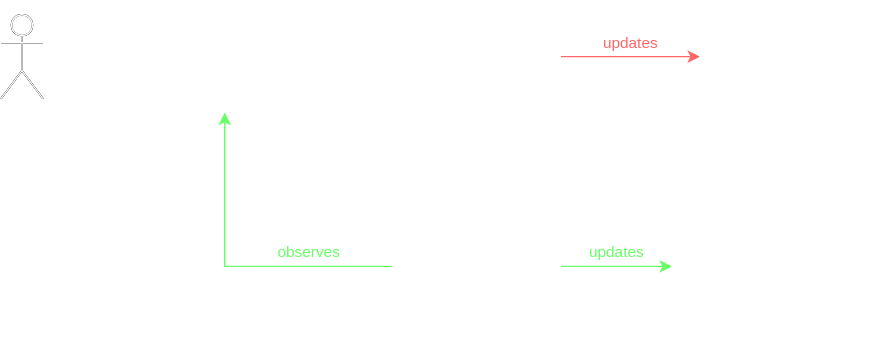
Above: slides/2021-06-16/140_gitops/pull-permissions.drawio.svg in nicholasdille/dille.name (draw.io), before the change. Source tidied: cells renumbered, new cells last; positions are measured from the earlier drawing's top-left corner, leaving out a move shared by most shapes. The source it was exported from:
```xml
<mxGraphModel>
  <root>
    <mxCell id="0" />
    <mxCell id="1" parent="0" />
    <mxCell id="2" value="&amp;nbsp;triggers&amp;nbsp;" style="edgeStyle=orthogonalEdgeStyle;rounded=0;jettySize=auto;html=1;entryX=0;entryY=0.5;entryDx=0;entryDy=0;fontColor=#FFFFFF;labelBackgroundColor=none;strokeColor=#FFFFFF;" parent="1" edge="1" source="3" target="5">
      <mxGeometry y="10" relative="1" as="geometry" />
    </mxCell>
    <mxCell id="3" value="Git" style="shape=cylinder2;whiteSpace=wrap;html=1;boundedLbl=1;backgroundOutline=1;size=15;verticalAlign=middle;fillColor=none;strokeColor=#FFFFFF;fontColor=#FFFFFF;" parent="1" vertex="1">
      <mxGeometry x="120" width="80" height="80" as="geometry" />
    </mxCell>
    <mxCell id="4" value="&amp;nbsp;updates&amp;nbsp;" style="edgeStyle=orthogonalEdgeStyle;rounded=0;jettySize=auto;html=1;labelBackgroundColor=none;fontColor=#FF6666;strokeColor=#FF6666;" parent="1" edge="1" source="5" target="6">
      <mxGeometry y="10" relative="1" as="geometry" />
    </mxCell>
    <mxCell id="5" value="Pipeline" style="rounded=0;whiteSpace=wrap;html=1;fillColor=none;strokeColor=#FFFFFF;fontColor=#FFFFFF;" parent="1" vertex="1">
      <mxGeometry x="280" y="10" width="120" height="60" as="geometry" />
    </mxCell>
    <mxCell id="6" value="Registry" style="shape=cylinder2;whiteSpace=wrap;html=1;boundedLbl=1;backgroundOutline=1;size=15;verticalAlign=middle;fillColor=none;strokeColor=#FFFFFF;fontColor=#FFFFFF;" parent="1" vertex="1">
      <mxGeometry x="500" width="80" height="80" as="geometry" />
    </mxCell>
    <mxCell id="7" value="&amp;nbsp;updates&amp;nbsp;" style="edgeStyle=orthogonalEdgeStyle;rounded=0;jettySize=auto;html=1;fontColor=#FFFFFF;labelBackgroundColor=none;strokeColor=#FFFFFF;" parent="1" edge="1" source="8" target="3">
      <mxGeometry x="0.11" y="10" relative="1" as="geometry" />
    </mxCell>
    <mxCell id="8" style="shape=umlActor;verticalLabelPosition=bottom;verticalAlign=top;html=1;outlineConnect=0;" parent="1" vertex="1">
      <mxGeometry y="10" width="30" height="60" as="geometry" />
    </mxCell>
    <mxCell id="9" value="Kubernetes" style="rounded=1;whiteSpace=wrap;html=1;verticalAlign=bottom;arcSize=7;fillColor=none;dashed=1;fontColor=#FFFFFF;strokeColor=#FFFFFF;" parent="1" vertex="1">
      <mxGeometry x="260" y="140" width="360" height="100" as="geometry" />
    </mxCell>
    <mxCell id="10" value="&amp;nbsp;observes&amp;nbsp;" style="edgeStyle=orthogonalEdgeStyle;rounded=0;jettySize=auto;html=1;labelBackgroundColor=none;strokeColor=#66FF66;fontColor=#66FF66;" parent="1" edge="1" source="12" target="3">
      <mxGeometry x="-0.48" y="-10" relative="1" as="geometry" />
    </mxCell>
    <mxCell id="11" value="&amp;nbsp;updates&amp;nbsp;" style="edgeStyle=orthogonalEdgeStyle;rounded=0;jettySize=auto;html=1;entryX=0;entryY=0.5;entryDx=0;entryDy=0;labelBackgroundColor=none;strokeColor=#66FF66;fontColor=#66FF66;" parent="1" edge="1" source="12" target="14">
      <mxGeometry y="10" relative="1" as="geometry" />
    </mxCell>
    <mxCell id="12" value="Operator" style="rounded=1;whiteSpace=wrap;html=1;fillColor=none;strokeColor=#FFFFFF;fontColor=#FFFFFF;" parent="1" vertex="1">
      <mxGeometry x="280" y="160" width="120" height="60" as="geometry" />
    </mxCell>
    <mxCell id="13" value="&amp;nbsp;uses&amp;nbsp;" style="edgeStyle=orthogonalEdgeStyle;rounded=0;jettySize=auto;html=1;fontColor=#FFFFFF;labelBackgroundColor=none;strokeColor=#FFFFFF;" parent="1" edge="1" source="14" target="6">
      <mxGeometry y="-20" relative="1" as="geometry" />
    </mxCell>
    <mxCell id="14" value="Deployment" style="rounded=0;whiteSpace=wrap;html=1;fillColor=none;strokeColor=#FFFFFF;fontColor=#FFFFFF;" parent="1" vertex="1">
      <mxGeometry x="480" y="160" width="120" height="60" as="geometry" />
    </mxCell>
    <mxCell id="15" style="shape=umlActor;verticalLabelPosition=bottom;verticalAlign=top;html=1;" parent="1" vertex="1">
      <mxGeometry y="10" width="30" height="60" as="geometry" />
    </mxCell>
    <mxCell id="16" style="shape=umlActor;verticalLabelPosition=bottom;verticalAlign=top;html=1;strokeColor=#FFFFFF;fillColor=none;fontColor=#FFFFFF;" parent="1" vertex="1">
      <mxGeometry y="10" width="30" height="60" as="geometry" />
    </mxCell>
  </root>
</mxGraphModel>
```
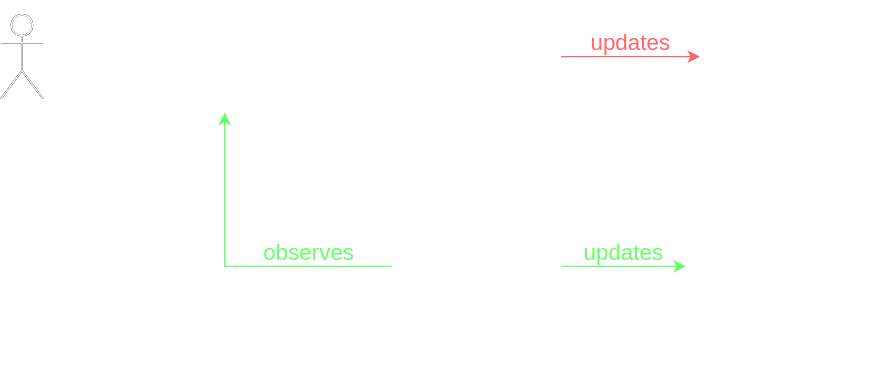
After the change.

Change to the diagram source:
```diff
@@ -2,49 +2,49 @@
   <root>
     <mxCell id="0" />
     <mxCell id="1" parent="0" />
-    <mxCell id="2" value="&amp;nbsp;triggers&amp;nbsp;" style="edgeStyle=orthogonalEdgeStyle;rounded=0;jettySize=auto;html=1;entryX=0;entryY=0.5;entryDx=0;entryDy=0;fontColor=#FFFFFF;labelBackgroundColor=none;strokeColor=#FFFFFF;" parent="1" edge="1" source="3" target="5">
+    <mxCell id="2" value="&amp;nbsp;triggers&amp;nbsp;" style="edgeStyle=orthogonalEdgeStyle;rounded=0;jettySize=auto;html=1;entryX=0;entryY=0.5;entryDx=0;entryDy=0;fontColor=#FFFFFF;labelBackgroundColor=none;strokeColor=#FFFFFF;fontSize=16;" parent="1" edge="1" source="3" target="5">
       <mxGeometry y="10" relative="1" as="geometry" />
     </mxCell>
-    <mxCell id="3" value="Git" style="shape=cylinder2;whiteSpace=wrap;html=1;boundedLbl=1;backgroundOutline=1;size=15;verticalAlign=middle;fillColor=none;strokeColor=#FFFFFF;fontColor=#FFFFFF;" parent="1" vertex="1">
+    <mxCell id="3" value="Git" style="shape=cylinder2;whiteSpace=wrap;html=1;boundedLbl=1;backgroundOutline=1;size=15;verticalAlign=middle;fillColor=none;strokeColor=#FFFFFF;fontColor=#FFFFFF;fontSize=18;" parent="1" vertex="1">
       <mxGeometry x="120" width="80" height="80" as="geometry" />
     </mxCell>
-    <mxCell id="4" value="&amp;nbsp;updates&amp;nbsp;" style="edgeStyle=orthogonalEdgeStyle;rounded=0;jettySize=auto;html=1;labelBackgroundColor=none;fontColor=#FF6666;strokeColor=#FF6666;" parent="1" edge="1" source="5" target="6">
+    <mxCell id="4" value="&amp;nbsp;updates&amp;nbsp;" style="edgeStyle=orthogonalEdgeStyle;rounded=0;jettySize=auto;html=1;labelBackgroundColor=none;fontColor=#FF6666;strokeColor=#FF6666;fontSize=16;" parent="1" edge="1" source="5" target="6">
       <mxGeometry y="10" relative="1" as="geometry" />
     </mxCell>
-    <mxCell id="5" value="Pipeline" style="rounded=0;whiteSpace=wrap;html=1;fillColor=none;strokeColor=#FFFFFF;fontColor=#FFFFFF;" parent="1" vertex="1">
+    <mxCell id="5" value="Pipeline" style="rounded=0;whiteSpace=wrap;html=1;fillColor=none;strokeColor=#FFFFFF;fontColor=#FFFFFF;fontSize=18;" parent="1" vertex="1">
       <mxGeometry x="280" y="10" width="120" height="60" as="geometry" />
     </mxCell>
-    <mxCell id="6" value="Registry" style="shape=cylinder2;whiteSpace=wrap;html=1;boundedLbl=1;backgroundOutline=1;size=15;verticalAlign=middle;fillColor=none;strokeColor=#FFFFFF;fontColor=#FFFFFF;" parent="1" vertex="1">
-      <mxGeometry x="500" width="80" height="80" as="geometry" />
+    <mxCell id="6" value="Registry" style="shape=cylinder2;whiteSpace=wrap;html=1;boundedLbl=1;backgroundOutline=1;size=15;verticalAlign=middle;fillColor=none;strokeColor=#FFFFFF;fontColor=#FFFFFF;fontSize=18;" parent="1" vertex="1">
+      <mxGeometry x="500" width="100" height="80" as="geometry" />
     </mxCell>
-    <mxCell id="7" value="&amp;nbsp;updates&amp;nbsp;" style="edgeStyle=orthogonalEdgeStyle;rounded=0;jettySize=auto;html=1;fontColor=#FFFFFF;labelBackgroundColor=none;strokeColor=#FFFFFF;" parent="1" edge="1" source="8" target="3">
+    <mxCell id="7" value="&amp;nbsp;updates&amp;nbsp;" style="edgeStyle=orthogonalEdgeStyle;rounded=0;jettySize=auto;html=1;fontColor=#FFFFFF;labelBackgroundColor=none;strokeColor=#FFFFFF;fontSize=16;" parent="1" edge="1" source="8" target="3">
       <mxGeometry x="0.11" y="10" relative="1" as="geometry" />
     </mxCell>
-    <mxCell id="8" style="shape=umlActor;verticalLabelPosition=bottom;verticalAlign=top;html=1;outlineConnect=0;" parent="1" vertex="1">
+    <mxCell id="8" style="shape=umlActor;verticalLabelPosition=bottom;verticalAlign=top;html=1;outlineConnect=0;fontSize=18;" parent="1" vertex="1">
       <mxGeometry y="10" width="30" height="60" as="geometry" />
     </mxCell>
-    <mxCell id="9" value="Kubernetes" style="rounded=1;whiteSpace=wrap;html=1;verticalAlign=bottom;arcSize=7;fillColor=none;dashed=1;fontColor=#FFFFFF;strokeColor=#FFFFFF;" parent="1" vertex="1">
-      <mxGeometry x="260" y="140" width="360" height="100" as="geometry" />
+    <mxCell id="9" value="Kubernetes" style="rounded=1;whiteSpace=wrap;html=1;verticalAlign=bottom;arcSize=7;fillColor=none;dashed=1;fontColor=#FFFFFF;strokeColor=#FFFFFF;fontSize=18;" parent="1" vertex="1">
+      <mxGeometry x="260" y="140" width="370" height="120" as="geometry" />
     </mxCell>
-    <mxCell id="10" value="&amp;nbsp;observes&amp;nbsp;" style="edgeStyle=orthogonalEdgeStyle;rounded=0;jettySize=auto;html=1;labelBackgroundColor=none;strokeColor=#66FF66;fontColor=#66FF66;" parent="1" edge="1" source="12" target="3">
+    <mxCell id="10" value="&amp;nbsp;observes&amp;nbsp;" style="edgeStyle=orthogonalEdgeStyle;rounded=0;jettySize=auto;html=1;labelBackgroundColor=none;strokeColor=#66FF66;fontColor=#66FF66;fontSize=16;" parent="1" edge="1" source="12" target="3">
       <mxGeometry x="-0.48" y="-10" relative="1" as="geometry" />
     </mxCell>
-    <mxCell id="11" value="&amp;nbsp;updates&amp;nbsp;" style="edgeStyle=orthogonalEdgeStyle;rounded=0;jettySize=auto;html=1;entryX=0;entryY=0.5;entryDx=0;entryDy=0;labelBackgroundColor=none;strokeColor=#66FF66;fontColor=#66FF66;" parent="1" edge="1" source="12" target="14">
+    <mxCell id="11" value="&amp;nbsp;updates&amp;nbsp;" style="edgeStyle=orthogonalEdgeStyle;rounded=0;jettySize=auto;html=1;entryX=0;entryY=0.5;entryDx=0;entryDy=0;labelBackgroundColor=none;strokeColor=#66FF66;fontColor=#66FF66;fontSize=16;" parent="1" edge="1" source="12" target="14">
       <mxGeometry y="10" relative="1" as="geometry" />
     </mxCell>
-    <mxCell id="12" value="Operator" style="rounded=1;whiteSpace=wrap;html=1;fillColor=none;strokeColor=#FFFFFF;fontColor=#FFFFFF;" parent="1" vertex="1">
+    <mxCell id="12" value="Operator" style="rounded=1;whiteSpace=wrap;html=1;fillColor=none;strokeColor=#FFFFFF;fontColor=#FFFFFF;fontSize=18;" parent="1" vertex="1">
       <mxGeometry x="280" y="160" width="120" height="60" as="geometry" />
     </mxCell>
-    <mxCell id="13" value="&amp;nbsp;uses&amp;nbsp;" style="edgeStyle=orthogonalEdgeStyle;rounded=0;jettySize=auto;html=1;fontColor=#FFFFFF;labelBackgroundColor=none;strokeColor=#FFFFFF;" parent="1" edge="1" source="14" target="6">
+    <mxCell id="13" value="&amp;nbsp;uses&amp;nbsp;" style="edgeStyle=orthogonalEdgeStyle;rounded=0;jettySize=auto;html=1;fontColor=#FFFFFF;labelBackgroundColor=none;strokeColor=#FFFFFF;fontSize=16;" parent="1" edge="1" source="14" target="6">
       <mxGeometry y="-20" relative="1" as="geometry" />
     </mxCell>
-    <mxCell id="14" value="Deployment" style="rounded=0;whiteSpace=wrap;html=1;fillColor=none;strokeColor=#FFFFFF;fontColor=#FFFFFF;" parent="1" vertex="1">
-      <mxGeometry x="480" y="160" width="120" height="60" as="geometry" />
+    <mxCell id="14" value="Deployment" style="rounded=0;whiteSpace=wrap;html=1;fillColor=none;strokeColor=#FFFFFF;fontColor=#FFFFFF;fontSize=18;" parent="1" vertex="1">
+      <mxGeometry x="490" y="160" width="120" height="60" as="geometry" />
     </mxCell>
-    <mxCell id="15" style="shape=umlActor;verticalLabelPosition=bottom;verticalAlign=top;html=1;" parent="1" vertex="1">
+    <mxCell id="15" style="shape=umlActor;verticalLabelPosition=bottom;verticalAlign=top;html=1;fontSize=18;" parent="1" vertex="1">
       <mxGeometry y="10" width="30" height="60" as="geometry" />
     </mxCell>
-    <mxCell id="16" style="shape=umlActor;verticalLabelPosition=bottom;verticalAlign=top;html=1;strokeColor=#FFFFFF;fillColor=none;fontColor=#FFFFFF;" parent="1" vertex="1">
+    <mxCell id="16" style="shape=umlActor;verticalLabelPosition=bottom;verticalAlign=top;html=1;strokeColor=#FFFFFF;fillColor=none;fontColor=#FFFFFF;fontSize=18;" parent="1" vertex="1">
       <mxGeometry y="10" width="30" height="60" as="geometry" />
     </mxCell>
   </root>
```
